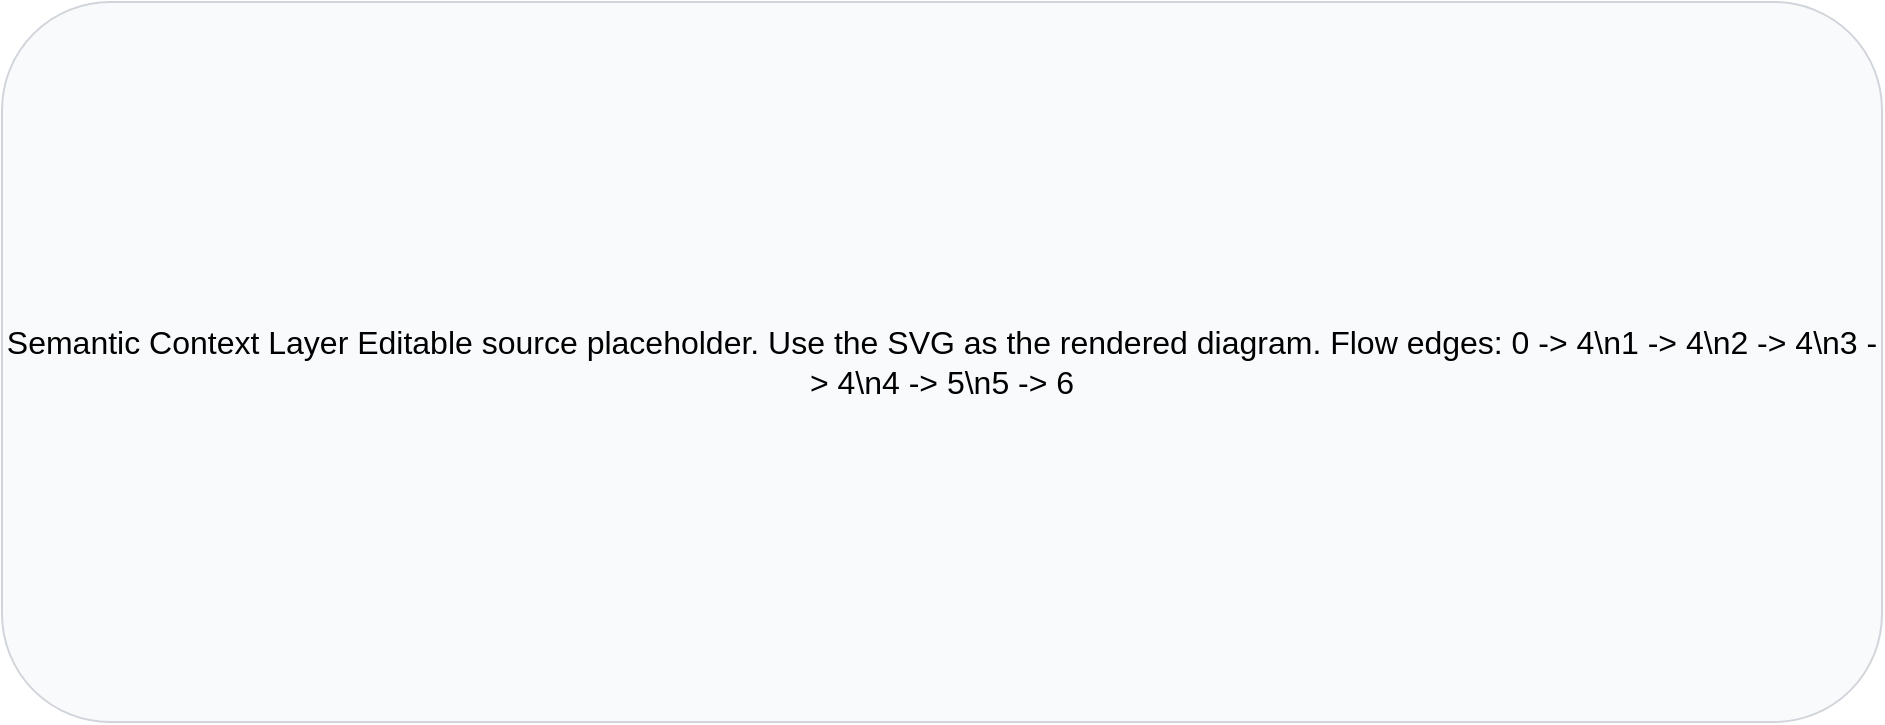
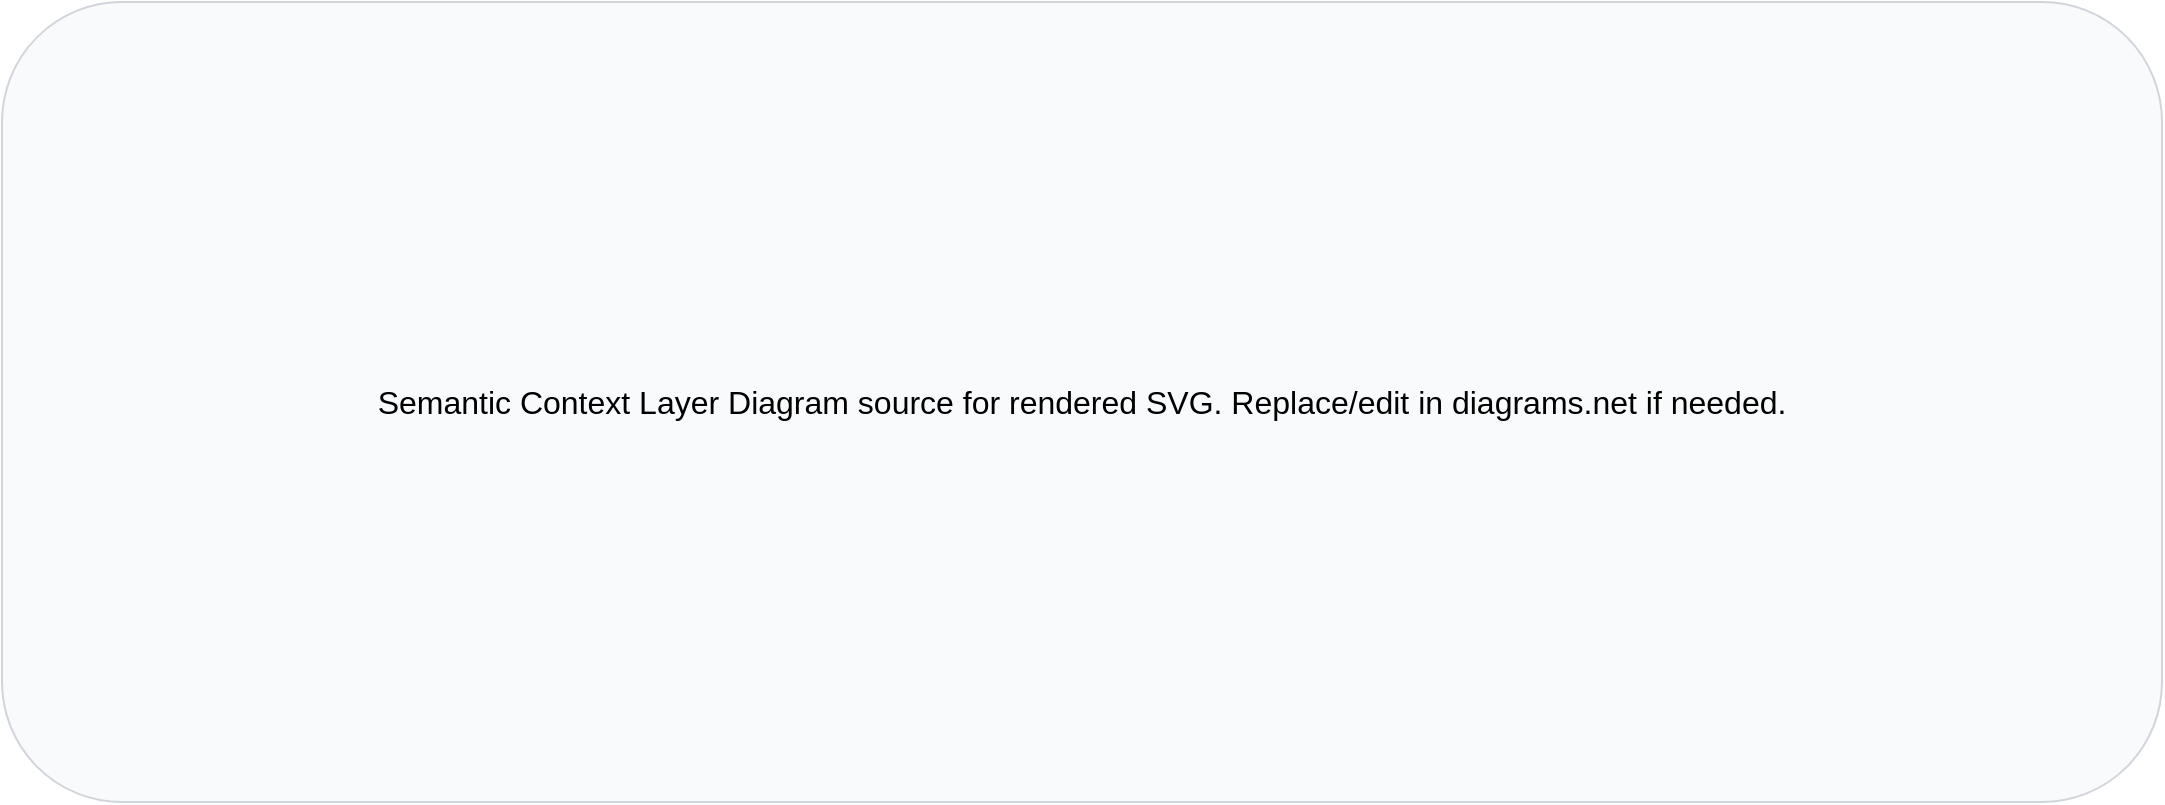
<mxfile host="app.diagrams.net">
  <diagram name="Semantic Context Layer">
-     <mxGraphModel dx="1200" dy="800" grid="1" gridSize="10" guides="1" tooltips="1" connect="1" arrows="1" fold="1" page="1" pageScale="1" pageWidth="1100" pageHeight="520" math="0" shadow="0">
+     <mxGraphModel dx="1240" dy="800" grid="1" gridSize="10" guides="1" tooltips="1" connect="1" arrows="1" fold="1" page="1" pageScale="1" pageWidth="1240" pageHeight="560" math="0" shadow="0">
      <root>
        <mxCell id="0"/>
        <mxCell id="1" parent="0"/>
        <mxCell id="note" value="Semantic Context Layer

- Editable source placeholder.
- Use the SVG as the rendered diagram.
- 
- Flow edges:
- 0 -&gt; 4\n1 -&gt; 4\n2 -&gt; 4\n3 -&gt; 4\n4 -&gt; 5\n5 -&gt; 6" style="rounded=1;whiteSpace=wrap;html=1;fillColor=#f9fafb;strokeColor=#d1d5db;fontSize=16;" vertex="1" parent="1">
-           <mxGeometry x="80" y="80" width="940" height="360" as="geometry"/>
+ Diagram source for rendered SVG.
+ Replace/edit in diagrams.net if needed." style="rounded=1;whiteSpace=wrap;html=1;fillColor=#f9fafb;strokeColor=#d1d5db;fontSize=16;" vertex="1" parent="1">
+           <mxGeometry x="80" y="80" width="1080" height="400" as="geometry"/>
        </mxCell>
      </root>
    </mxGraphModel>
  </diagram>
</mxfile>
